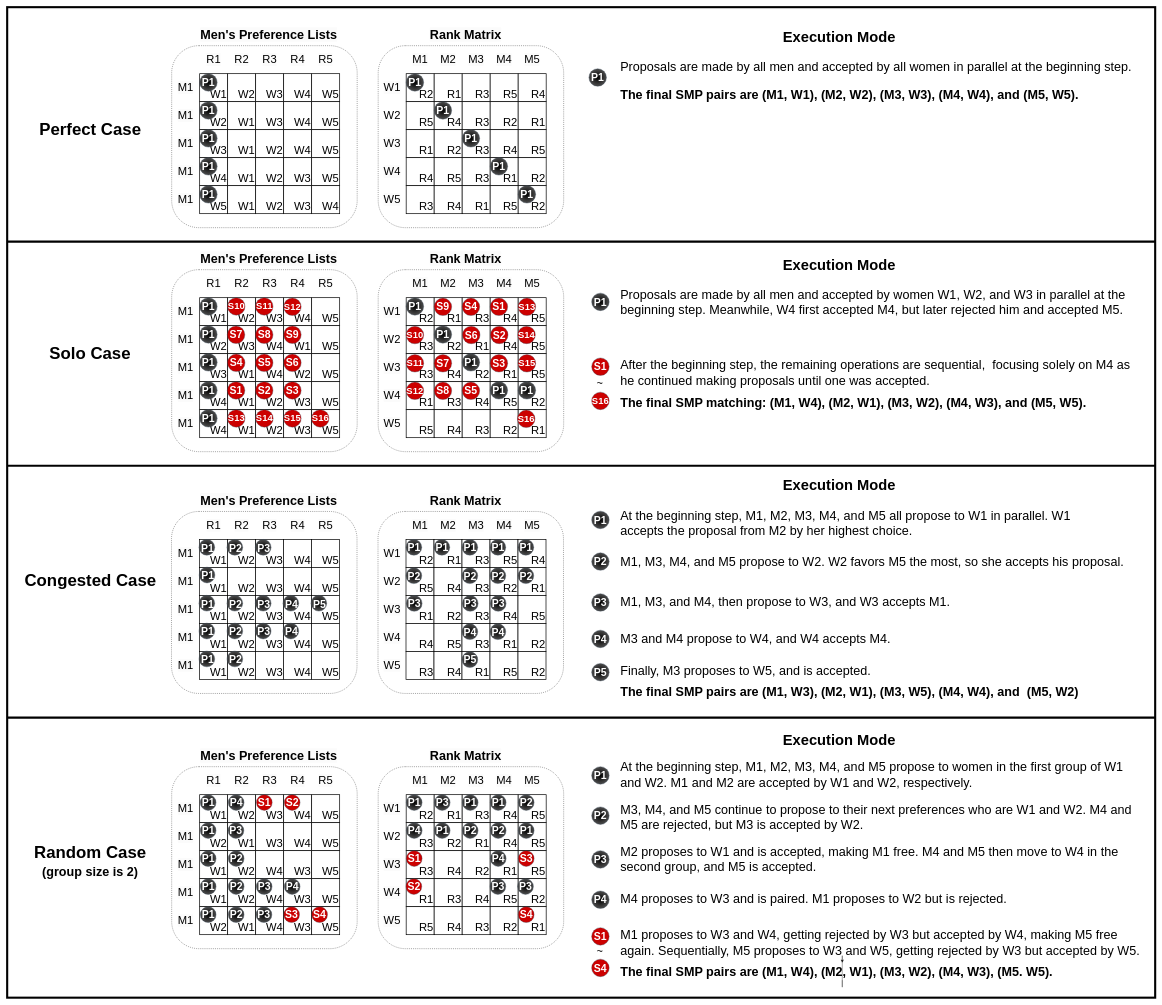
victorliu-sq/BambooSMP-Figures keeps this draw.io diagram as WorkloadsSinlgeColumn.drawio. Above is the earlier version. Source tidied: cells renumbered, new cells numbered last; positions are measured from the earlier drawing's top-left corner, leaving out a move shared by most shapes. Both pictures are drawn from the tidied source at 35%, with x=0, y=0 at pixel (7, 7).
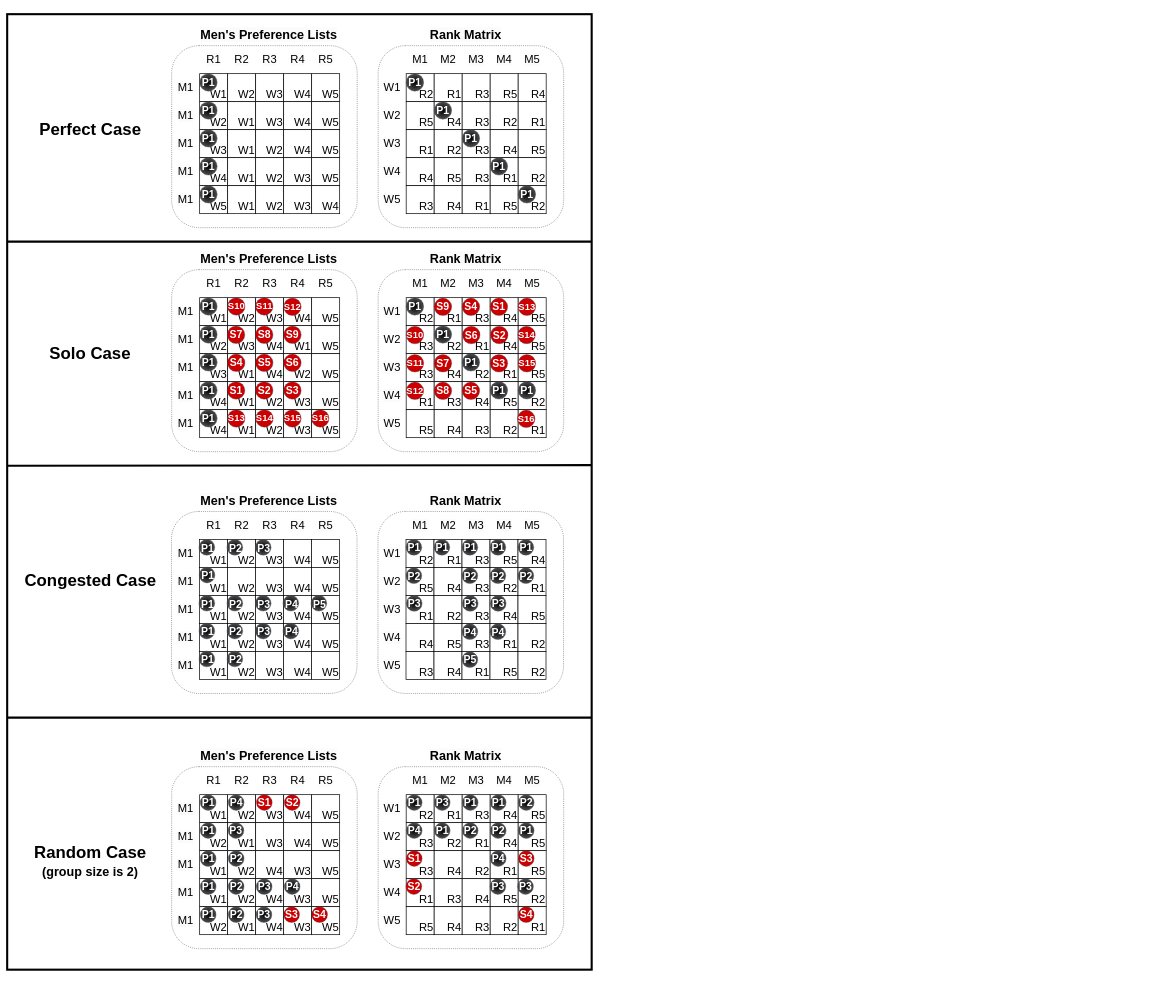
Above is the later version.

Diff of the diagram source:
```diff
@@
     <mxCell id="3" style="rounded=0;whiteSpace=wrap;html=1;fillColor=none;strokeWidth=6;" parent="1" vertex="1">
-      <mxGeometry width="3280" height="2830" as="geometry" />
+      <mxGeometry y="20" width="1670" height="2730" as="geometry" />
     </mxCell>
     <mxCell id="4" style="endArrow=none;html=1;rounded=0;strokeWidth=6;" parent="1" edge="1">
       <mxGeometry relative="1" as="geometry">
         <mxPoint y="670" as="sourcePoint" />
-        <mxPoint x="3280" y="670" as="targetPoint" />
+        <mxPoint x="1670" y="670" as="targetPoint" />
       </mxGeometry>
     </mxCell>
@@
-    <mxCell id="8" style="endArrow=none;html=1;rounded=0;strokeWidth=6;" parent="1" edge="1">
+    <mxCell id="8" style="endArrow=none;html=1;rounded=0;strokeWidth=6;entryX=0.999;entryY=0.472;entryDx=0;entryDy=0;entryPerimeter=0;" parent="1" edge="1" target="3">
       <mxGeometry relative="1" as="geometry">
         <mxPoint y="1310" as="sourcePoint" />
-        <mxPoint x="3280" y="1310" as="targetPoint" />
       </mxGeometry>
     </mxCell>
     <mxCell id="9" style="endArrow=none;html=1;rounded=0;strokeWidth=6;" parent="1" edge="1">
       <mxGeometry relative="1" as="geometry">
         <mxPoint y="2030" as="sourcePoint" />
-        <mxPoint x="3280" y="2030" as="targetPoint" />
+        <mxPoint x="1670" y="2030" as="targetPoint" />
       </mxGeometry>
     </mxCell>
@@
-    <mxCell id="11" value="S1" style="ellipse;whiteSpace=wrap;html=1;strokeColor=#314354;align=center;verticalAlign=middle;fontFamily=Helvetica;fontSize=30;fillColor=#CC0000;fontColor=#ffffff;fontStyle=1;" parent="1" vertex="1">
-      <mxGeometry x="1670" y="1002.2" width="50" height="50" as="geometry" />
-    </mxCell>
-    <mxCell id="12" value="P1" style="ellipse;whiteSpace=wrap;html=1;strokeColor=#314354;align=center;verticalAlign=middle;fontFamily=Helvetica;fontSize=30;fillColor=#000000;fontColor=#ffffff;fontStyle=1;gradientColor=#4D4D4D;gradientDirection=radial;" parent="1" vertex="1">
-      <mxGeometry x="1670" y="817" width="50" height="50" as="geometry" />
-    </mxCell>
-    <mxCell id="13" value="P1" style="ellipse;whiteSpace=wrap;html=1;strokeColor=#314354;align=center;verticalAlign=middle;fontFamily=Helvetica;fontSize=30;fillColor=#000000;fontColor=#ffffff;gradientColor=#4D4D4D;gradientDirection=radial;fontStyle=1;" parent="1" vertex="1">
-      <mxGeometry x="1670" y="1440" width="50" height="50" as="geometry" />
-    </mxCell>
-    <mxCell id="14" value="P2" style="ellipse;whiteSpace=wrap;html=1;strokeColor=#314354;align=center;verticalAlign=middle;fontFamily=Helvetica;fontSize=30;fillColor=#000000;fontColor=#ffffff;gradientColor=#4D4D4D;gradientDirection=radial;fontStyle=1;" parent="1" vertex="1">
-      <mxGeometry x="1670" y="1559" width="50" height="50" as="geometry" />
-    </mxCell>
-    <mxCell id="15" value="P3" style="ellipse;whiteSpace=wrap;html=1;strokeColor=#314354;align=center;verticalAlign=middle;fontFamily=Helvetica;fontSize=30;fillColor=#000000;fontColor=#ffffff;gradientColor=#4D4D4D;gradientDirection=radial;fontStyle=1;" parent="1" vertex="1">
-      <mxGeometry x="1670" y="1675.8" width="50" height="50" as="geometry" />
-    </mxCell>
-    <mxCell id="16" value="P4" style="ellipse;whiteSpace=wrap;html=1;strokeColor=#314354;align=center;verticalAlign=middle;fontFamily=Helvetica;fontSize=30;fillColor=#000000;fontColor=#ffffff;gradientColor=#4D4D4D;gradientDirection=radial;fontStyle=1;direction=south;" parent="1" vertex="1">
-      <mxGeometry x="1670" y="1780" width="50" height="50" as="geometry" />
-    </mxCell>
-    <mxCell id="17" value="S16" style="ellipse;whiteSpace=wrap;html=1;strokeColor=#314354;align=center;verticalAlign=middle;fontFamily=Helvetica;fontSize=27;fillColor=#CC0000;fontColor=#ffffff;fontStyle=1;" parent="1" vertex="1">
-      <mxGeometry x="1670" y="1100" width="50" height="50" as="geometry" />
-    </mxCell>
-    <mxCell id="18" value="&lt;h1 style=&quot;font-size: 30px;&quot;&gt;&lt;span style=&quot;font-weight: 400; font-size: 30px;&quot;&gt;~&lt;/span&gt;&lt;/h1&gt;" style="text;strokeColor=none;align=left;fillColor=none;html=1;verticalAlign=middle;whiteSpace=wrap;rounded=0;fontFamily=Helvetica;fontSize=30;fontColor=default;" parent="1" vertex="1">
-      <mxGeometry x="1683" y="1059.8" width="20" height="30" as="geometry" />
-    </mxCell>
-    <mxCell id="19" value="P1" style="ellipse;whiteSpace=wrap;html=1;strokeColor=#314354;align=center;verticalAlign=middle;fontFamily=Helvetica;fontSize=30;fillColor=#000000;fontColor=#ffffff;strokeWidth=1;perimeterSpacing=1;gradientColor=#4D4D4D;gradientDirection=radial;fontStyle=1;fillStyle=solid;" parent="1" vertex="1">
-      <mxGeometry x="1670" y="2170" width="50" height="50" as="geometry" />
-    </mxCell>
-    <mxCell id="20" value="P2" style="ellipse;whiteSpace=wrap;html=1;strokeColor=#314354;align=center;verticalAlign=middle;fontFamily=Helvetica;fontSize=30;fillColor=#000000;fontColor=#ffffff;gradientColor=#4D4D4D;gradientDirection=radial;fontStyle=1;" parent="1" vertex="1">
-      <mxGeometry x="1670" y="2285" width="50" height="50" as="geometry" />
-    </mxCell>
-    <mxCell id="21" value="P3" style="ellipse;whiteSpace=wrap;html=1;strokeColor=#314354;align=center;verticalAlign=middle;fontFamily=Helvetica;fontSize=30;fillColor=#000000;fontColor=#ffffff;fontStyle=1;gradientColor=#4D4D4D;gradientDirection=radial;" parent="1" vertex="1">
-      <mxGeometry x="1670" y="2410" width="50" height="50" as="geometry" />
-    </mxCell>
-    <mxCell id="22" value="P4" style="ellipse;whiteSpace=wrap;html=1;strokeColor=#314354;align=center;verticalAlign=middle;fontFamily=Helvetica;fontSize=30;fillColor=#000000;fontColor=#ffffff;fontStyle=1;gradientColor=#4D4D4D;gradientDirection=radial;" parent="1" vertex="1">
-      <mxGeometry x="1670" y="2525.2" width="50" height="50" as="geometry" />
-    </mxCell>
-    <mxCell id="23" value="S1" style="ellipse;whiteSpace=wrap;html=1;strokeColor=#314354;align=center;verticalAlign=middle;fontFamily=Helvetica;fontSize=30;fillColor=#CC0000;fontColor=#ffffff;fontStyle=1;" parent="1" vertex="1">
-      <mxGeometry x="1670" y="2630" width="50" height="50" as="geometry" />
-    </mxCell>
-    <mxCell id="24" value="S4" style="ellipse;whiteSpace=wrap;html=1;strokeColor=#314354;align=center;verticalAlign=middle;fontFamily=Helvetica;fontSize=30;fillColor=#CC0000;fontColor=#ffffff;fillStyle=solid;strokeWidth=1;fontStyle=1;gradientColor=none;gradientDirection=radial;" parent="1" vertex="1">
-      <mxGeometry x="1670" y="2720" width="50" height="50" as="geometry" />
-    </mxCell>
-    <mxCell id="25" value="&lt;h1 style=&quot;font-size: 30px;&quot;&gt;&lt;span style=&quot;font-weight: 400; font-size: 30px;&quot;&gt;~&lt;/span&gt;&lt;/h1&gt;" style="text;strokeColor=none;align=left;fillColor=none;html=1;verticalAlign=middle;whiteSpace=wrap;rounded=0;fontFamily=Helvetica;fontSize=30;fontColor=default;" parent="1" vertex="1">
-      <mxGeometry x="1683" y="2674.4" width="50" height="50" as="geometry" />
-    </mxCell>
-    <mxCell id="26" value="&lt;p style=&quot;font-size: 36px;&quot;&gt;&lt;span style=&quot;font-size: 36px;&quot;&gt;At the beginning step, M1, M2, M3, M4, and M5 all propose to W1 in parallel. W1 accepts the proposal from M2 by her highest choice.&lt;/span&gt;&lt;br style=&quot;font-size: 36px;&quot;&gt;&lt;/p&gt;" style="text;strokeColor=none;align=left;fillColor=none;html=1;verticalAlign=middle;whiteSpace=wrap;rounded=0;fontFamily=Helvetica;fontSize=36;fontColor=default;fontStyle=0;" parent="1" vertex="1">
-      <mxGeometry x="1750" y="1460" width="1315.5" height="30" as="geometry" />
-    </mxCell>
-    <mxCell id="27" value="&lt;p style=&quot;font-size: 36px;&quot;&gt;M1, M3, M4, and M5 propose to W2. W2 favors M5 the most, so she accepts his proposal.&lt;br style=&quot;font-size: 36px;&quot;&gt;&lt;/p&gt;" style="text;strokeColor=none;align=left;fillColor=none;html=1;verticalAlign=middle;whiteSpace=wrap;rounded=0;fontFamily=Helvetica;fontSize=36;fontColor=default;fontStyle=0;" parent="1" vertex="1">
-      <mxGeometry x="1750" y="1568.5" width="1450" height="30" as="geometry" />
-    </mxCell>
-    <mxCell id="28" value="&lt;p style=&quot;font-size: 36px;&quot;&gt;M1, M3, and M4, then propose to W3, and W3 accepts M1.&lt;br style=&quot;font-size: 36px;&quot;&gt;&lt;/p&gt;" style="text;strokeColor=none;align=left;fillColor=none;html=1;verticalAlign=middle;whiteSpace=wrap;rounded=0;fontFamily=Helvetica;fontSize=36;fontColor=default;fontStyle=0;" parent="1" vertex="1">
-      <mxGeometry x="1750" y="1683.3" width="1004.5" height="30" as="geometry" />
-    </mxCell>
-    <mxCell id="29" value="&lt;p style=&quot;font-size: 36px;&quot;&gt;M3 and M4 propose to W4, and W4 accepts M4.&lt;br style=&quot;font-size: 36px;&quot;&gt;&lt;/p&gt;" style="text;strokeColor=none;align=left;fillColor=none;html=1;verticalAlign=middle;whiteSpace=wrap;rounded=0;fontFamily=Helvetica;fontSize=36;fontColor=default;fontStyle=0;" parent="1" vertex="1">
-      <mxGeometry x="1750" y="1790" width="885.5" height="30" as="geometry" />
-    </mxCell>
-    <mxCell id="30" value="&lt;p style=&quot;font-size: 36px;&quot;&gt;Finally, M3 proposes to W5, and is accepted.&lt;br style=&quot;font-size: 36px;&quot;&gt;&lt;/p&gt;" style="text;strokeColor=none;align=left;fillColor=none;html=1;verticalAlign=middle;whiteSpace=wrap;rounded=0;fontFamily=Helvetica;fontSize=36;fontColor=default;fontStyle=0;" parent="1" vertex="1">
-      <mxGeometry x="1750" y="1880" width="815.5" height="30" as="geometry" />
-    </mxCell>
-    <mxCell id="31" value="&lt;p style=&quot;font-size: 36px;&quot;&gt;&lt;span style=&quot;font-size: 36px;&quot;&gt;&lt;span style=&quot;font-size: 36px;&quot;&gt;At the beginning step, M1, M2, M3, M4, and M5 propose to women in the first group of W1 and W2. M1 and M2 are accepted by W1 and W2, respectively.&lt;/span&gt;&lt;/span&gt;&lt;/p&gt;" style="text;strokeColor=none;align=left;fillColor=none;html=1;verticalAlign=middle;whiteSpace=wrap;rounded=0;fontFamily=Helvetica;fontSize=36;fontColor=default;fontStyle=0;" parent="1" vertex="1">
-      <mxGeometry x="1750" y="2177.5" width="1480" height="30" as="geometry" />
-    </mxCell>
-    <mxCell id="32" value="&lt;p style=&quot;font-size: 36px;&quot;&gt;&lt;span style=&quot;font-size: 36px;&quot;&gt;M3, M4, and M5 continue to propose to their next preferences who are W1 and W2. M4 and M5 are rejected, but M3 is accepted by W2.&lt;/span&gt;&lt;br style=&quot;font-size: 36px;&quot;&gt;&lt;/p&gt;" style="text;strokeColor=none;align=left;fillColor=none;html=1;verticalAlign=middle;whiteSpace=wrap;rounded=0;fontFamily=Helvetica;fontSize=36;fontColor=default;fontStyle=0;" parent="1" vertex="1">
-      <mxGeometry x="1750" y="2275" width="1480" height="80" as="geometry" />
-    </mxCell>
-    <mxCell id="33" value="&lt;p style=&quot;font-size: 36px;&quot;&gt;&lt;span style=&quot;font-size: 36px;&quot;&gt;M4 proposes to W3 and is paired. M1 proposes to W2 but is rejected.&lt;/span&gt;&lt;br style=&quot;font-size: 36px;&quot;&gt;&lt;/p&gt;" style="text;strokeColor=none;align=left;fillColor=none;html=1;verticalAlign=middle;whiteSpace=wrap;rounded=0;fontFamily=Helvetica;fontSize=36;fontColor=default;fontStyle=0;" parent="1" vertex="1">
-      <mxGeometry x="1750" y="2530" width="1145.5" height="32.8" as="geometry" />
-    </mxCell>
-    <mxCell id="34" value="&lt;p style=&quot;font-size: 36px;&quot;&gt;&lt;span style=&quot;font-size: 36px;&quot;&gt;&lt;span style=&quot;font-size: 36px;&quot;&gt;Proposals are made by all men and accepted by women W1, W2, and W3 in parallel at the beginning step.&amp;nbsp;&lt;/span&gt;&lt;span style=&quot;background-color: initial; font-size: 36px;&quot;&gt;Meanwhile, W4 first accepted M4, but later rejected him and accepted M5.&lt;/span&gt;&lt;/span&gt;&lt;/p&gt;" style="text;strokeColor=none;align=left;fillColor=none;html=1;verticalAlign=middle;whiteSpace=wrap;rounded=0;fontFamily=Helvetica;fontSize=36;fontColor=default;fontStyle=0;" parent="1" vertex="1">
-      <mxGeometry x="1750" y="760" width="1480" height="164" as="geometry" />
-    </mxCell>
-    <mxCell id="35" value="&lt;p style=&quot;font-size: 36px;&quot;&gt;&lt;span style=&quot;font-size: 36px;&quot;&gt;&lt;span style=&quot;font-size: 36px;&quot;&gt;After the beginning step, the remaining operations are sequential,&amp;nbsp;&amp;nbsp;&lt;/span&gt;&lt;span style=&quot;background-color: initial; font-size: 36px;&quot;&gt;focusing solely on M4 as he continued making proposals until one was accepted.&amp;nbsp;&lt;/span&gt;&lt;/span&gt;&lt;/p&gt;" style="text;strokeColor=none;align=left;fillColor=none;html=1;verticalAlign=middle;whiteSpace=wrap;rounded=0;fontFamily=Helvetica;fontSize=36;fontColor=default;fontStyle=0;" parent="1" vertex="1">
-      <mxGeometry x="1750" y="1015.2" width="1480" height="57" as="geometry" />
-    </mxCell>
-    <mxCell id="36" value="&lt;p style=&quot;font-size: 36px;&quot;&gt;&lt;span style=&quot;font-size: 36px;&quot;&gt;&lt;span style=&quot;font-size: 36px;&quot;&gt;Proposals are made by all men and accepted by all women in parallel at the beginning step.&amp;nbsp;&lt;/span&gt;&lt;/span&gt;&lt;/p&gt;&lt;p style=&quot;font-size: 36px;&quot;&gt;&lt;span style=&quot;font-size: 36px;&quot;&gt;&lt;b&gt;The final SMP pairs are&amp;nbsp;&lt;span style=&quot;font-size: 36px; background-color: initial;&quot;&gt;(M1, W1), (M2, W2), (M3, W3), (M4, W4), and (M5, W5).&lt;/span&gt;&amp;nbsp;&lt;/b&gt;&lt;/span&gt;&lt;/p&gt;" style="text;strokeColor=none;align=left;fillColor=none;html=1;verticalAlign=middle;whiteSpace=wrap;rounded=0;fontFamily=Helvetica;fontSize=36;fontColor=default;fontStyle=0;" parent="1" vertex="1">
-      <mxGeometry x="1750" y="130" width="1480" height="160" as="geometry" />
-    </mxCell>
-    <mxCell id="37" value="&lt;p style=&quot;font-size: 36px;&quot;&gt;&lt;span style=&quot;font-size: 36px;&quot;&gt;&lt;b&gt;&lt;span style=&quot;font-size: 36px;&quot;&gt;The final SMP matching:&amp;nbsp;&lt;/span&gt;&lt;span style=&quot;font-size: 36px;&quot;&gt;&lt;font style=&quot;font-size: 36px;&quot;&gt;(M1, W4), (M2, W1), (M3, W2), (M4, W3), and (M5, W5).&lt;/font&gt;&lt;/span&gt;&lt;/b&gt;&lt;/span&gt;&lt;/p&gt;" style="text;strokeColor=none;align=left;fillColor=none;html=1;verticalAlign=middle;whiteSpace=wrap;rounded=0;fontFamily=Helvetica;fontSize=36;fontColor=default;fontStyle=0;" parent="1" vertex="1">
-      <mxGeometry x="1750" y="1100" width="1380" height="60" as="geometry" />
-    </mxCell>
-    <mxCell id="38" value="&lt;p style=&quot;font-size: 36px;&quot;&gt;&lt;b&gt;&lt;span style=&quot;font-size: 36px;&quot;&gt;The final SMP pairs are&amp;nbsp;&lt;/span&gt;&lt;span style=&quot;font-size: 36px;&quot;&gt;&lt;font style=&quot;font-size: 36px;&quot;&gt;(M1, W3), (M2, W1), (M3, W5), (M4, W4), and&amp;nbsp; (M5, W2)&lt;/font&gt;&lt;/span&gt;&lt;/b&gt;&lt;/p&gt;" style="text;strokeColor=none;align=left;fillColor=none;html=1;verticalAlign=middle;whiteSpace=wrap;rounded=0;fontFamily=Helvetica;fontSize=36;fontColor=default;fontStyle=0;" parent="1" vertex="1">
-      <mxGeometry x="1750" y="1925" width="1345.5" height="60" as="geometry" />
-    </mxCell>
-    <mxCell id="39" value="&lt;p style=&quot;font-size: 36px;&quot;&gt;&lt;span style=&quot;font-size: 36px;&quot;&gt;M2 proposes to W1 and is accepted, making M1 free. M4 and M5 then move to W4 in the second group, and M5 is accepted.&lt;/span&gt;&lt;br style=&quot;font-size: 36px;&quot;&gt;&lt;/p&gt;" style="text;strokeColor=none;align=left;fillColor=none;html=1;verticalAlign=middle;whiteSpace=wrap;rounded=0;fontFamily=Helvetica;fontSize=36;fontColor=default;fontStyle=0;" parent="1" vertex="1">
-      <mxGeometry x="1750" y="2393.8" width="1480" height="82.5" as="geometry" />
-    </mxCell>
-    <mxCell id="40" value="&lt;p style=&quot;font-size: 36px;&quot;&gt;&lt;span style=&quot;font-size: 36px;&quot;&gt;M1 proposes to W3 and W4, getting rejected by W3 but accepted by W4, making M5 free again. Sequentially, M5 proposes to W3 and W5, getting rejected by W3 but accepted by W5.&lt;/span&gt;&lt;br style=&quot;font-size: 36px;&quot;&gt;&lt;/p&gt;" style="text;strokeColor=none;align=left;fillColor=none;html=1;verticalAlign=middle;whiteSpace=wrap;rounded=0;fontFamily=Helvetica;fontSize=36;fontColor=default;fontStyle=0;" parent="1" vertex="1">
-      <mxGeometry x="1750" y="2609.5" width="1490" height="126.9" as="geometry" />
-    </mxCell>
-    <mxCell id="41" value="&lt;p style=&quot;font-size: 36px;&quot;&gt;&lt;span style=&quot;font-size: 36px;&quot;&gt;&lt;b&gt;The final SMP pairs are (M1, W4), (M2, W1), (M3, W2), (M4, W3), (M5. W5).&lt;/b&gt;&lt;/span&gt;&lt;br style=&quot;font-size: 36px;&quot;&gt;&lt;/p&gt;" style="text;strokeColor=none;align=left;fillColor=none;html=1;verticalAlign=middle;whiteSpace=wrap;rounded=0;fontFamily=Helvetica;fontSize=36;fontColor=default;fontStyle=0;" parent="1" vertex="1">
-      <mxGeometry x="1750" y="2730" width="1272" height="50" as="geometry" />
-    </mxCell>
-    <mxCell id="42" value="P5" style="ellipse;whiteSpace=wrap;html=1;strokeColor=#314354;align=center;verticalAlign=middle;fontFamily=Helvetica;fontSize=30;fillColor=#000000;fontColor=#ffffff;fillStyle=solid;strokeWidth=1;fontStyle=1;gradientColor=#4D4D4D;gradientDirection=radial;" parent="1" vertex="1">
-      <mxGeometry x="1670" y="1875" width="50" height="50" as="geometry" />
-    </mxCell>
-    <mxCell id="43" style="edgeStyle=orthogonalEdgeStyle;rounded=0;orthogonalLoop=1;jettySize=auto;html=1;exitX=0.5;exitY=1;exitDx=0;exitDy=0;entryX=0.5;entryY=0;entryDx=0;entryDy=0;fontStyle=0;fontSize=36;" parent="1" edge="1" source="41" target="41">
-      <mxGeometry relative="1" as="geometry" />
-    </mxCell>
-    <mxCell id="44" value="P1" style="ellipse;whiteSpace=wrap;html=1;strokeColor=#314354;align=center;verticalAlign=middle;fontFamily=Helvetica;fontSize=30;fillColor=#000000;fontColor=#ffffff;strokeWidth=1;perimeterSpacing=1;fillStyle=solid;fontStyle=1;gradientColor=#4D4D4D;gradientDirection=radial;" parent="1" vertex="1">
-      <mxGeometry x="1662.2" y="176" width="50" height="50" as="geometry" />
-    </mxCell>
-    <mxCell id="45" value="&lt;h1 style=&quot;font-size: 42px;&quot;&gt;&lt;font style=&quot;font-size: 42px;&quot;&gt;Execution Mode&lt;/font&gt;&lt;/h1&gt;" style="text;strokeColor=none;align=center;fillColor=none;html=1;verticalAlign=middle;whiteSpace=wrap;rounded=0;fontFamily=Helvetica;fontSize=42;fontColor=default;fontStyle=1;" parent="1" vertex="1">
-      <mxGeometry x="2029.8" y="60" width="695" height="50" as="geometry" />
-    </mxCell>
-    <mxCell id="46" value="&lt;h1 style=&quot;font-size: 42px;&quot;&gt;Execution Mode&lt;/h1&gt;" style="text;strokeColor=none;align=center;fillColor=none;html=1;verticalAlign=middle;whiteSpace=wrap;rounded=0;fontFamily=Helvetica;fontSize=42;fontColor=default;fontStyle=1;" parent="1" vertex="1">
-      <mxGeometry x="2029.8" y="713.2" width="695" height="50" as="geometry" />
-    </mxCell>
-    <mxCell id="47" value="&lt;h1 style=&quot;font-size: 42px;&quot;&gt;Execution Mode&lt;/h1&gt;" style="text;strokeColor=none;align=center;fillColor=none;html=1;verticalAlign=middle;whiteSpace=wrap;rounded=0;fontFamily=Helvetica;fontSize=42;fontColor=default;fontStyle=1;" parent="1" vertex="1">
-      <mxGeometry x="2029.8" y="1340" width="695" height="50" as="geometry" />
-    </mxCell>
-    <mxCell id="48" value="&lt;h1 style=&quot;font-size: 42px;&quot;&gt;Execution Mode&lt;/h1&gt;" style="text;strokeColor=none;align=center;fillColor=none;html=1;verticalAlign=middle;whiteSpace=wrap;rounded=0;fontFamily=Helvetica;fontSize=42;fontColor=default;fontStyle=1;" parent="1" vertex="1">
-      <mxGeometry x="2029.8" y="2070" width="695" height="50" as="geometry" />
-    </mxCell>
```
